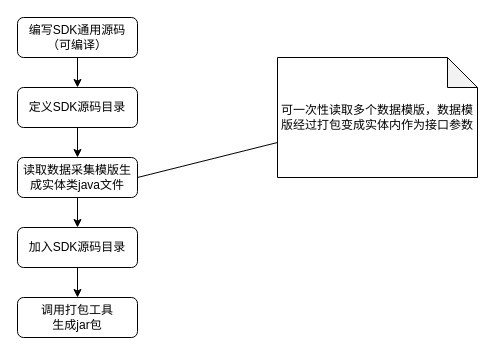
Earlier version of the draw.io diagram page "Page-1" (1 of 2) of drawio/动态打包流程.drawio (xiaofang168/files). Source tidied: cells renumbered, new cells numbered last; positions are measured from the earlier drawing's top-left corner, leaving out a move shared by most shapes. Both pictures are drawn from the tidied source at 100%, with x=0, y=0 at pixel (17, 17).
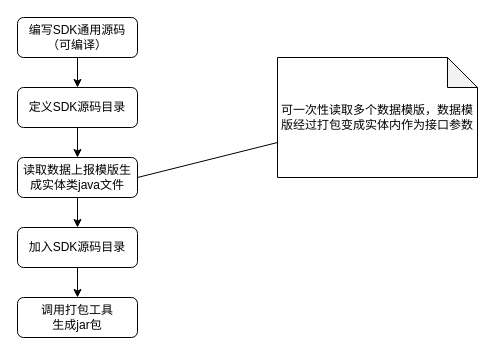
The same page after the edit.

Diff of the diagram source:
```diff
@@
 <mxGraphModel>
   <root>
     <mxCell id="0" />
     <mxCell id="1" parent="0" />
     <mxCell id="2" style="edgeStyle=orthogonalEdgeStyle;rounded=0;jettySize=auto;html=1;exitX=0.5;exitY=1;exitDx=0;exitDy=0;" parent="1" edge="1" source="3" target="12">
       <mxGeometry relative="1" as="geometry" />
     </mxCell>
     <mxCell id="3" value="加入SDK源码目录" style="rounded=1;whiteSpace=wrap;html=1;" parent="1" vertex="1">
       <mxGeometry y="210" width="120" height="40" as="geometry" />
     </mxCell>
     <mxCell id="4" style="edgeStyle=orthogonalEdgeStyle;rounded=0;jettySize=auto;html=1;exitX=0.5;exitY=1;exitDx=0;exitDy=0;entryX=0.5;entryY=0;entryDx=0;entryDy=0;" parent="1" edge="1" source="5" target="3">
       <mxGeometry relative="1" as="geometry" />
     </mxCell>
-    <mxCell id="5" value="读取数据采集模版生成实体类java文件" style="rounded=1;whiteSpace=wrap;html=1;" parent="1" vertex="1">
+    <mxCell id="5" value="读取数据上报模版生成实体类java文件" style="rounded=1;whiteSpace=wrap;html=1;" parent="1" vertex="1">
       <mxGeometry y="140" width="120" height="40" as="geometry" />
     </mxCell>
     <mxCell id="6" value="可一次性读取多个数据模版，数据模版经过打包变成实体内作为接口参数" style="shape=note;whiteSpace=wrap;html=1;backgroundOutline=1;darkOpacity=0.05;" parent="1" vertex="1">
       <mxGeometry x="260" y="40" width="200" height="120" as="geometry" />
     </mxCell>
     <mxCell id="7" style="endArrow=none;html=1;rounded=0;exitX=1;exitY=0.5;exitDx=0;exitDy=0;" parent="1" edge="1" source="5" target="6">
       <mxGeometry relative="1" as="geometry" />
     </mxCell>
     <mxCell id="8" style="edgeStyle=orthogonalEdgeStyle;rounded=0;jettySize=auto;html=1;exitX=0.5;exitY=1;exitDx=0;exitDy=0;entryX=0.5;entryY=0;entryDx=0;entryDy=0;" parent="1" edge="1" source="9" target="5">
       <mxGeometry relative="1" as="geometry" />
     </mxCell>
     <mxCell id="9" value="定义SDK源码目录" style="rounded=1;whiteSpace=wrap;html=1;" parent="1" vertex="1">
       <mxGeometry y="70" width="120" height="40" as="geometry" />
     </mxCell>
     <mxCell id="10" style="edgeStyle=orthogonalEdgeStyle;rounded=0;jettySize=auto;html=1;exitX=0.5;exitY=1;exitDx=0;exitDy=0;entryX=0.5;entryY=0;entryDx=0;entryDy=0;" parent="1" edge="1" source="11" target="9">
       <mxGeometry relative="1" as="geometry" />
     </mxCell>
     <mxCell id="11" value="编写SDK通用源码（可编译）" style="rounded=1;whiteSpace=wrap;html=1;" parent="1" vertex="1">
       <mxGeometry width="120" height="40" as="geometry" />
     </mxCell>
     <mxCell id="12" value="调用打包工具&lt;br&gt;生成jar包" style="rounded=1;whiteSpace=wrap;html=1;" parent="1" vertex="1">
       <mxGeometry y="280" width="120" height="40" as="geometry" />
     </mxCell>
   </root>
 </mxGraphModel>
```
